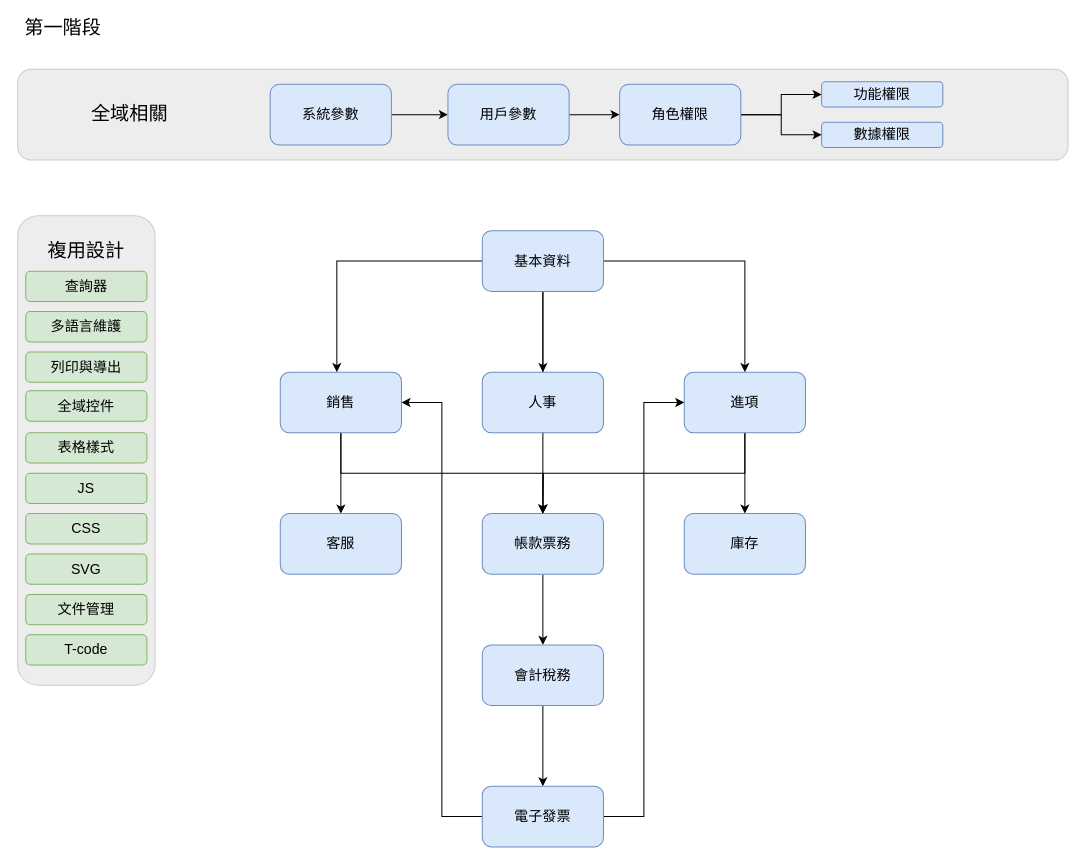
Before: fPlus_topModule.drawio in frglobal/documents, a draw.io diagram. Source tidied: cells renumbered, new cells numbered last; positions are measured from the earlier drawing's top-left corner, leaving out a move shared by most shapes. Both pictures are drawn from the tidied source at 101%, with x=0, y=0 at pixel (17, 18).
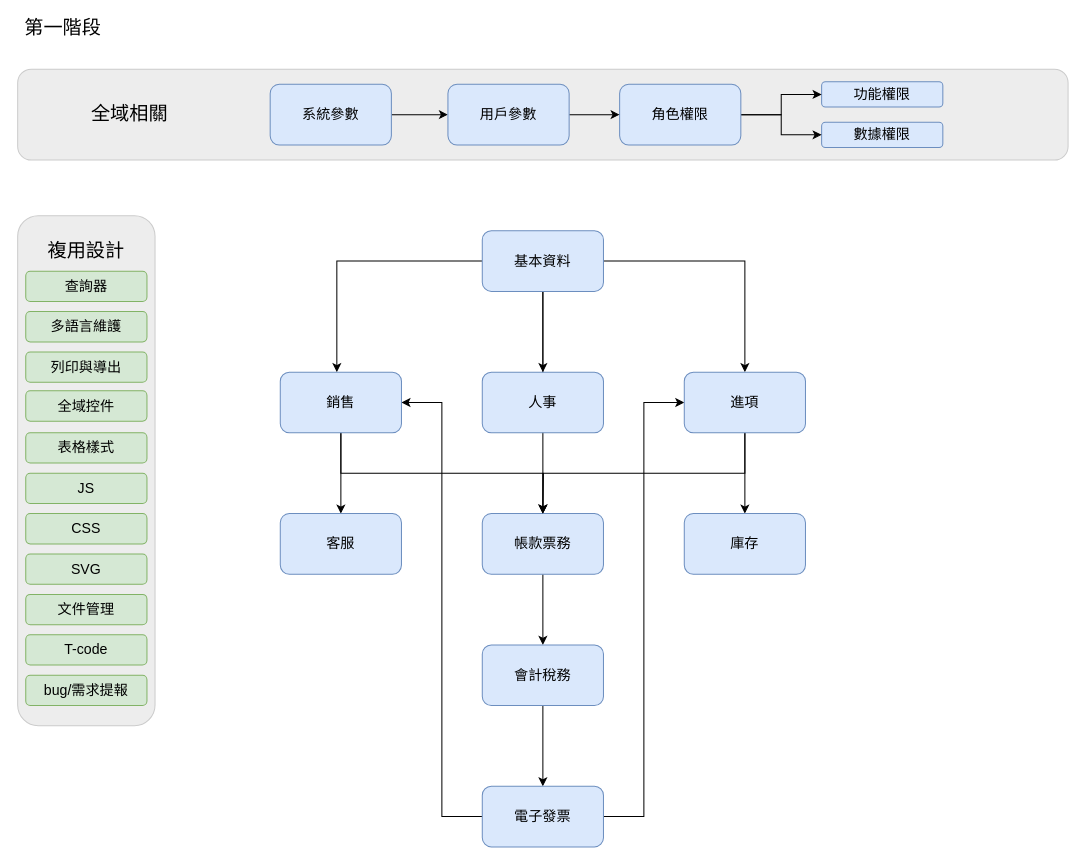
Above is the later version.

Diff of the diagram source:
```diff
@@
     <mxCell id="2" style="rounded=1;whiteSpace=wrap;html=1;labelBackgroundColor=none;strokeColor=#CCCCCC;fillColor=#EDEDED;fontFamily=Noto Sans CJK;" parent="1" vertex="1">
-      <mxGeometry y="195" width="136" height="465" as="geometry" />
+      <mxGeometry y="195" width="136" height="505" as="geometry" />
     </mxCell>
@@
+    <mxCell id="48" value="bug/需求提報" style="rounded=1;whiteSpace=wrap;html=1;fillColor=#d5e8d4;strokeColor=#82b366;fontFamily=Noto Sans TC;fontSize=14;" parent="1" vertex="1">
+      <mxGeometry x="8" y="650" width="120" height="30" as="geometry" />
+    </mxCell>
```
